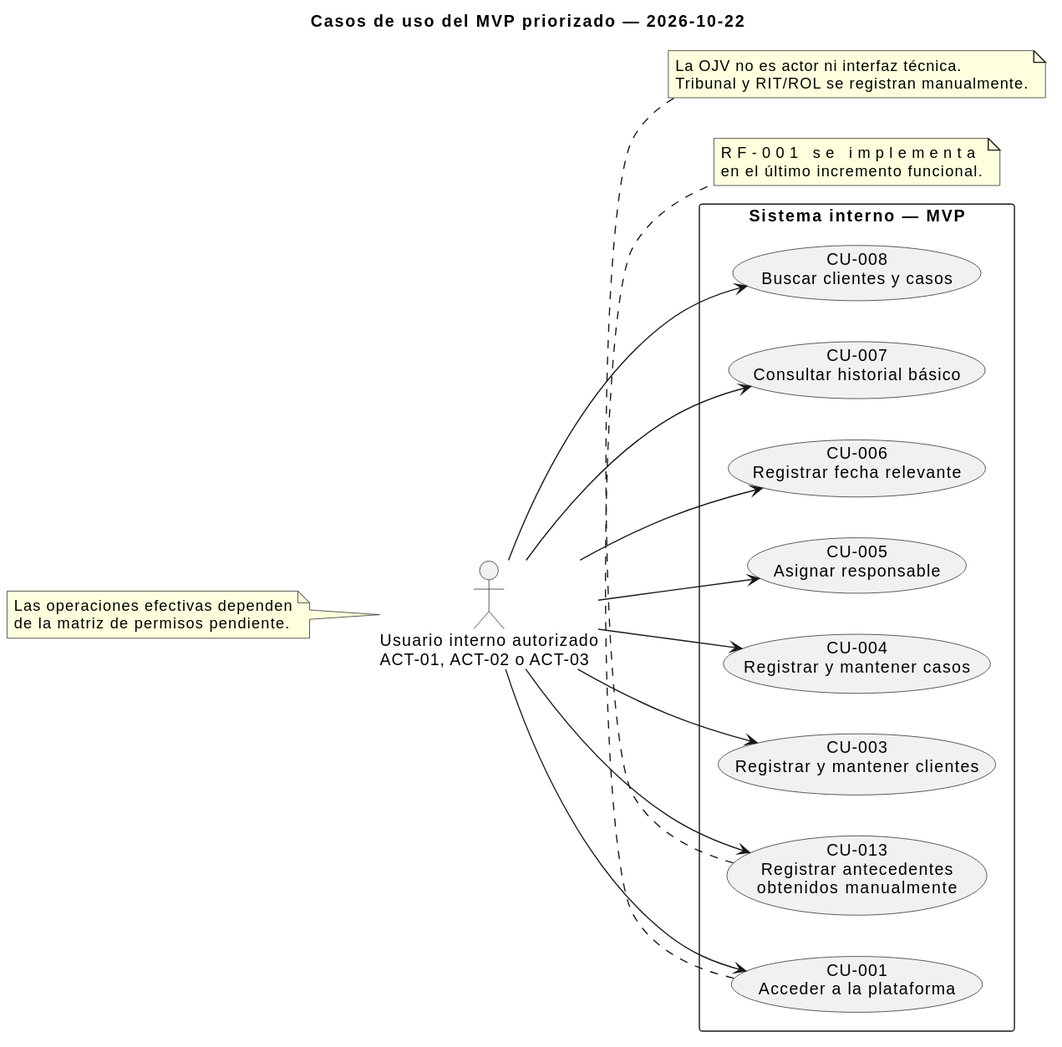
Earlier version of the PlantUML export docs/diagrams/rendered/mvp-use-cases.svg (DerSarco/sistema-gestion-casos-juridicos). Source of this version:
```plantuml
@startuml
skinparam backgroundColor white
skinparam shadowing false
skinparam packageStyle rectangle
left to right direction
title Casos de uso del MVP priorizado — 2026-10-22

actor "Usuario interno autorizado\nACT-01, ACT-02 o ACT-03" as User

rectangle "Sistema interno — MVP" {
  usecase "CU-001\nAcceder a la plataforma" as CU001
  usecase "CU-003\nRegistrar y mantener clientes" as CU003
  usecase "CU-004\nRegistrar y mantener casos" as CU004
  usecase "CU-005\nAsignar responsable" as CU005
  usecase "CU-006\nRegistrar fecha relevante" as CU006
  usecase "CU-007\nConsultar historial básico" as CU007
  usecase "CU-008\nBuscar clientes y casos" as CU008
  usecase "CU-013\nRegistrar antecedentes\nobtenidos manualmente" as CU013
}

User --> CU001
User --> CU003
User --> CU004
User --> CU005
User --> CU006
User --> CU007
User --> CU008
User --> CU013

note bottom of CU001
  RF-001 y RF-003 se implementan
  en el último incremento funcional.
end note
note bottom of CU013
  La OJV no es actor ni interfaz técnica.
  Tribunal y RIT/ROL se registran manualmente.
end note

note left of User
  Las operaciones efectivas dependen
  de la matriz de permisos pendiente.
end note
@enduml
```
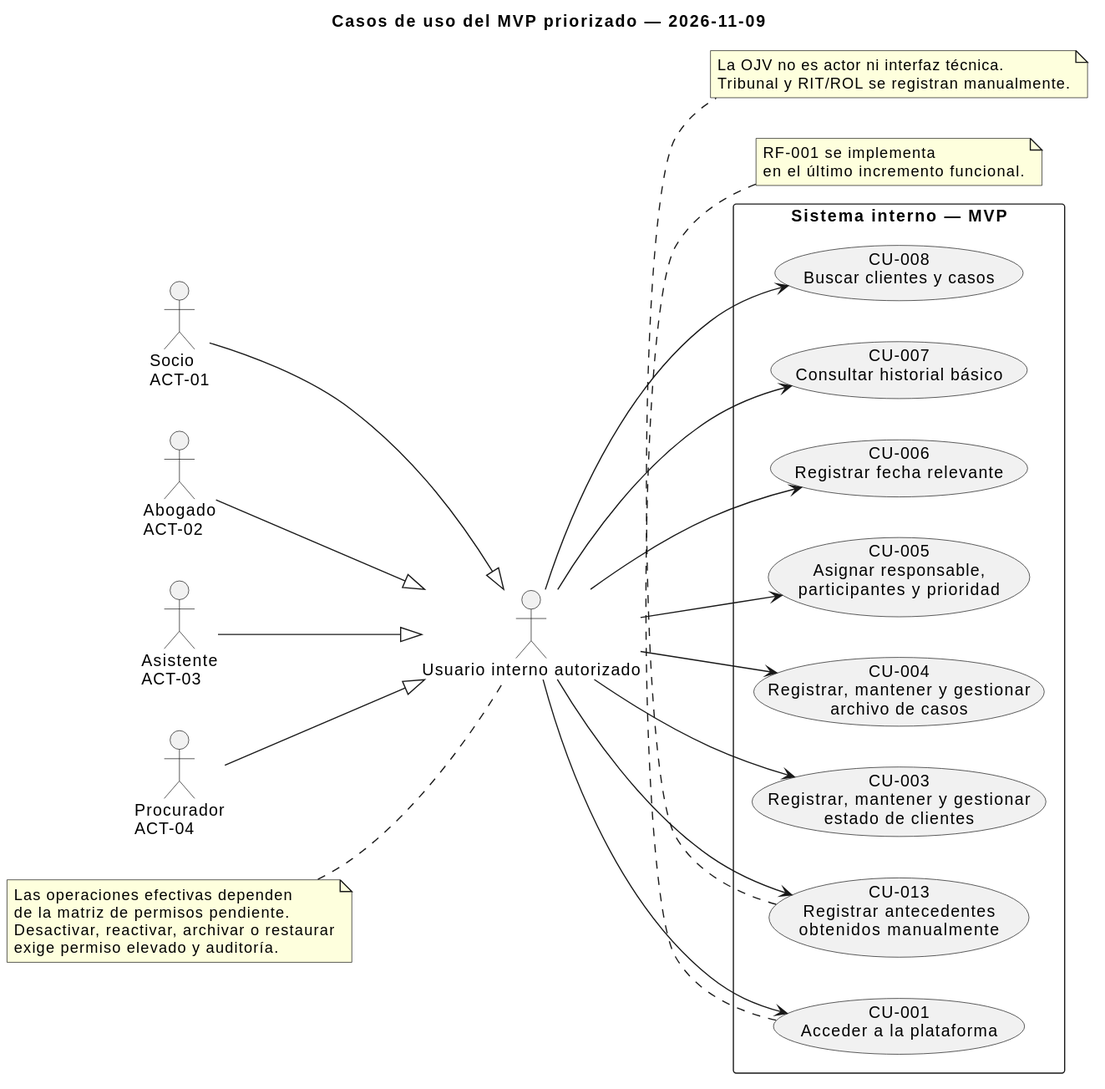
Later version of the same file.

What changed in the source:
```diff
@@ -3,15 +3,24 @@
 skinparam shadowing false
 skinparam packageStyle rectangle
 left to right direction
-title Casos de uso del MVP priorizado — 2026-10-22
+title Casos de uso del MVP priorizado — 2026-11-09
 
-actor "Usuario interno autorizado\nACT-01, ACT-02 o ACT-03" as User
+actor "Socio\nACT-01" as Partner
+actor "Abogado\nACT-02" as Lawyer
+actor "Asistente\nACT-03" as Assistant
+actor "Procurador\nACT-04" as Clerk
+actor "Usuario interno autorizado" as User
+
+Partner --|> User
+Lawyer --|> User
+Assistant --|> User
+Clerk --|> User
 
 rectangle "Sistema interno — MVP" {
   usecase "CU-001\nAcceder a la plataforma" as CU001
-  usecase "CU-003\nRegistrar y mantener clientes" as CU003
-  usecase "CU-004\nRegistrar y mantener casos" as CU004
-  usecase "CU-005\nAsignar responsable" as CU005
+  usecase "CU-003\nRegistrar, mantener y gestionar\nestado de clientes" as CU003
+  usecase "CU-004\nRegistrar, mantener y gestionar\narchivo de casos" as CU004
+  usecase "CU-005\nAsignar responsable,\nparticipantes y prioridad" as CU005
   usecase "CU-006\nRegistrar fecha relevante" as CU006
   usecase "CU-007\nConsultar historial básico" as CU007
   usecase "CU-008\nBuscar clientes y casos" as CU008
@@ -28,7 +37,7 @@
 User --> CU013
 
 note bottom of CU001
-  RF-001 y RF-003 se implementan
+  RF-001 se implementa
   en el último incremento funcional.
 end note
 note bottom of CU013
@@ -39,5 +48,7 @@
 note left of User
   Las operaciones efectivas dependen
   de la matriz de permisos pendiente.
+  Desactivar, reactivar, archivar o restaurar
+  exige permiso elevado y auditoría.
 end note
 @enduml
```
